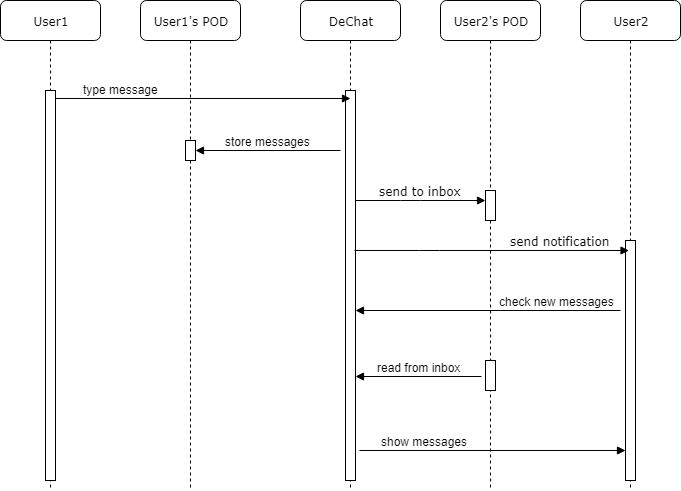
Before: a_docs/images/06_runtime_view.png, a diagram exported from draw.io (Arquisoft/dechat_en2a). Source tidied: cells renumbered, new cells last; positions are measured from the earlier drawing's top-left corner, leaving out a move shared by most shapes.
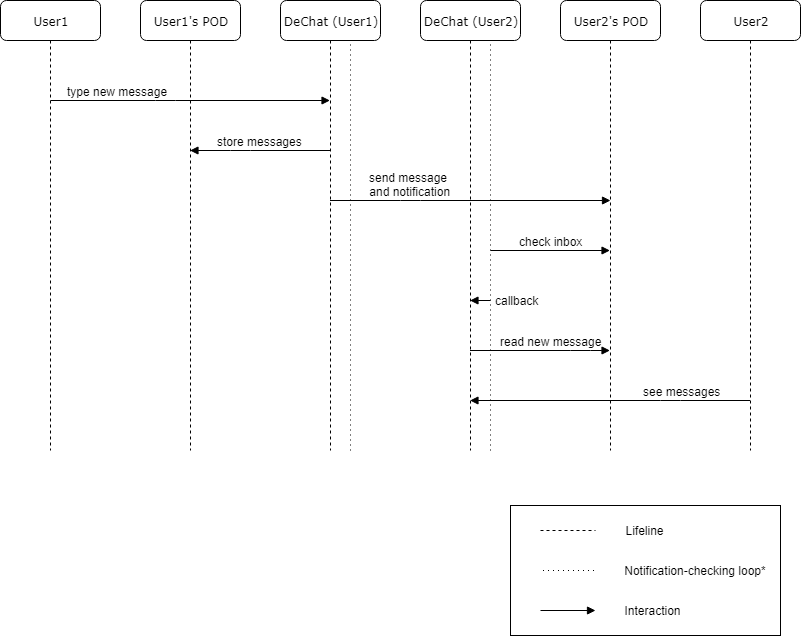
Above is the later version.

Commit message:
Runtime view fixed

The edit, as a diff of the source:
```diff
@@ -3,90 +3,125 @@
     <mxCell id="0" />
     <mxCell id="1" parent="0" />
     <mxCell id="2" value="User1's POD" style="shape=umlLifeline;perimeter=lifelinePerimeter;whiteSpace=wrap;html=1;outlineConnect=0;rounded=1;shadow=0;comic=0;labelBackgroundColor=none;strokeColor=#000000;strokeWidth=1;fillColor=#FFFFFF;fontFamily=Verdana;fontSize=12;fontColor=#000000;align=center;" parent="1" vertex="1">
-      <mxGeometry x="140" width="100" height="490" as="geometry" />
+      <mxGeometry x="140" width="100" height="450" as="geometry" />
     </mxCell>
-    <mxCell id="3" value="DeChat" style="shape=umlLifeline;perimeter=lifelinePerimeter;whiteSpace=wrap;html=1;outlineConnect=0;rounded=1;shadow=0;comic=0;labelBackgroundColor=none;strokeColor=#000000;strokeWidth=1;fillColor=#FFFFFF;fontFamily=Verdana;fontSize=12;fontColor=#000000;align=center;" parent="1" vertex="1">
-      <mxGeometry x="300" width="100" height="490" as="geometry" />
+    <mxCell id="3" value="DeChat (User1)" style="shape=umlLifeline;perimeter=lifelinePerimeter;whiteSpace=wrap;html=1;outlineConnect=0;rounded=1;shadow=0;comic=0;labelBackgroundColor=none;strokeColor=#000000;strokeWidth=1;fillColor=#FFFFFF;fontFamily=Verdana;fontSize=12;fontColor=#000000;align=center;" parent="1" vertex="1">
+      <mxGeometry x="280" width="100" height="450" as="geometry" />
     </mxCell>
-    <mxCell id="4" style="html=1;points=[];perimeter=orthogonalPerimeter;rounded=0;shadow=0;comic=0;labelBackgroundColor=none;strokeColor=#000000;strokeWidth=1;fillColor=#FFFFFF;fontFamily=Verdana;fontSize=12;fontColor=#000000;align=center;" parent="3" vertex="1">
-      <mxGeometry x="45" y="90" width="10" height="390" as="geometry" />
-    </mxCell>
     <mxCell id="5" value="User2's POD" style="shape=umlLifeline;perimeter=lifelinePerimeter;whiteSpace=wrap;html=1;outlineConnect=0;rounded=1;shadow=0;comic=0;labelBackgroundColor=none;strokeColor=#000000;strokeWidth=1;fillColor=#FFFFFF;fontFamily=Verdana;fontSize=12;fontColor=#000000;align=center;" parent="1" vertex="1">
-      <mxGeometry x="440" width="100" height="490" as="geometry" />
+      <mxGeometry x="560" width="100" height="450" as="geometry" />
     </mxCell>
-    <mxCell id="6" style="html=1;perimeter=orthogonalPerimeter;rounded=0;shadow=0;comic=0;labelBackgroundColor=none;strokeColor=#000000;strokeWidth=1;fillColor=#FFFFFF;fontFamily=Verdana;fontSize=12;fontColor=#000000;align=center;" parent="5" vertex="1">
-      <mxGeometry x="45" y="360" width="10" height="30" as="geometry" />
-    </mxCell>
     <mxCell id="7" value="User2" style="shape=umlLifeline;perimeter=lifelinePerimeter;whiteSpace=wrap;html=1;outlineConnect=0;rounded=1;shadow=0;comic=0;labelBackgroundColor=none;strokeColor=#000000;strokeWidth=1;fillColor=#FFFFFF;fontFamily=Verdana;fontSize=12;fontColor=#000000;align=center;" parent="1" vertex="1">
-      <mxGeometry x="580" width="100" height="490" as="geometry" />
+      <mxGeometry x="700" width="100" height="450" as="geometry" />
     </mxCell>
-    <mxCell id="8" style="html=1;perimeter=orthogonalPerimeter;rounded=0;shadow=0;comic=0;labelBackgroundColor=none;strokeColor=#000000;strokeWidth=1;fillColor=#FFFFFF;fontFamily=Verdana;fontSize=12;fontColor=#000000;align=center;" parent="7" vertex="1">
-      <mxGeometry x="45" y="240" width="10" height="240" as="geometry" />
-    </mxCell>
     <mxCell id="9" value="User1" style="shape=umlLifeline;perimeter=lifelinePerimeter;whiteSpace=wrap;html=1;rounded=1;shadow=0;comic=0;labelBackgroundColor=none;strokeColor=#000000;strokeWidth=1;fillColor=#FFFFFF;fontFamily=Verdana;fontSize=12;fontColor=#000000;align=center;" parent="1" vertex="1">
-      <mxGeometry width="100" height="490" as="geometry" />
+      <mxGeometry width="100" height="450" as="geometry" />
     </mxCell>
-    <mxCell id="10" style="html=1;points=[];perimeter=orthogonalPerimeter;rounded=0;shadow=0;comic=0;labelBackgroundColor=none;strokeColor=#000000;strokeWidth=1;fillColor=#FFFFFF;fontFamily=Verdana;fontSize=12;fontColor=#000000;align=center;" parent="9" vertex="1">
-      <mxGeometry x="45" y="90" width="10" height="390" as="geometry" />
-    </mxCell>
-    <mxCell id="11" style="html=1;points=[];perimeter=orthogonalPerimeter;rounded=0;shadow=0;comic=0;labelBackgroundColor=none;strokeColor=#000000;strokeWidth=1;fillColor=#FFFFFF;fontFamily=Verdana;fontSize=12;fontColor=#000000;align=center;" parent="1" vertex="1">
-      <mxGeometry x="485" y="190" width="10" height="30" as="geometry" />
-    </mxCell>
-    <mxCell id="12" value="send to inbox" style="html=1;verticalAlign=bottom;endArrow=block;labelBackgroundColor=none;fontFamily=Verdana;fontSize=12;edgeStyle=elbowEdgeStyle;elbow=vertical;" parent="1" edge="1" source="4" target="11">
-      <mxGeometry x="0.15" y="-10" relative="1" as="geometry">
+    <mxCell id="12" value="send message &lt;br&gt;and notification" style="html=1;verticalAlign=bottom;endArrow=block;labelBackgroundColor=none;fontFamily=Helvetica;fontSize=12;edgeStyle=elbowEdgeStyle;elbow=vertical;" parent="1" edge="1" source="3">
+      <mxGeometry x="-0.43" relative="1" as="geometry">
+        <mxPoint x="610" y="200" as="targetPoint" />
         <Array as="points">
           <mxPoint x="410" y="200" />
           <mxPoint x="430" y="190" />
           <mxPoint x="430" y="160" />
           <mxPoint x="360" y="140" />
         </Array>
-        <mxPoint x="-10" y="-10" as="offset" />
       </mxGeometry>
     </mxCell>
-    <mxCell id="13" style="html=1;verticalAlign=bottom;endArrow=block;labelBackgroundColor=none;fontFamily=Verdana;fontSize=12;edgeStyle=elbowEdgeStyle;elbow=vertical;entryX=0.5;entryY=0.02;entryDx=0;entryDy=0;entryPerimeter=0;" parent="1" edge="1" source="10" target="4">
-      <mxGeometry x="0.05" y="10" relative="1" as="geometry" />
+    <mxCell id="13" style="html=1;verticalAlign=bottom;endArrow=block;labelBackgroundColor=none;fontFamily=Verdana;fontSize=12;edgeStyle=elbowEdgeStyle;elbow=vertical;" parent="1" edge="1" target="3">
+      <mxGeometry x="0.05" y="10" relative="1" as="geometry">
+        <mxPoint x="50" y="100" as="sourcePoint" />
+        <Array as="points">
+          <mxPoint x="165" y="100" />
+        </Array>
+      </mxGeometry>
     </mxCell>
-    <mxCell id="14" value="type message" style="text;html=1;align=center;verticalAlign=middle;labelBackgroundColor=#ffffff;" parent="13" vertex="1">
+    <mxCell id="14" value="type new message&lt;br&gt;" style="text;html=1;align=center;verticalAlign=middle;labelBackgroundColor=#ffffff;" parent="13" vertex="1">
       <mxGeometry x="0.49" y="-5" relative="1" as="geometry">
-        <mxPoint x="-155" y="-15" as="offset" />
+        <mxPoint x="-142" y="-15" as="offset" />
       </mxGeometry>
     </mxCell>
-    <mxCell id="15" value="send notification" style="html=1;verticalAlign=bottom;endArrow=block;labelBackgroundColor=none;fontFamily=Verdana;fontSize=12;edgeStyle=elbowEdgeStyle;elbow=vertical;" parent="1" edge="1">
-      <mxGeometry x="0.49" relative="1" as="geometry">
-        <mxPoint x="354" y="250" as="sourcePoint" />
-        <mxPoint x="628.5" y="250" as="targetPoint" />
-        <Array as="points">
-          <mxPoint x="429" y="250" />
-          <mxPoint x="499" y="160" />
-          <mxPoint x="389" y="110" />
-        </Array>
-      </mxGeometry>
-    </mxCell>
-    <mxCell id="16" style="html=1;points=[];perimeter=orthogonalPerimeter;rounded=0;shadow=0;comic=0;labelBackgroundColor=none;strokeColor=#000000;strokeWidth=1;fillColor=#FFFFFF;fontFamily=Verdana;fontSize=12;fontColor=#000000;align=center;" parent="1" vertex="1">
-      <mxGeometry x="185" y="140" width="10" height="20" as="geometry" />
-    </mxCell>
-    <mxCell id="17" value="store messages" style="html=1;verticalAlign=bottom;endArrow=block;fontSize=12;endFill=1;" parent="1" edge="1" target="16">
+    <mxCell id="17" value="store messages" style="html=1;verticalAlign=bottom;endArrow=block;fontSize=12;endFill=1;" parent="1" edge="1" source="3" target="2">
       <mxGeometry relative="1" as="geometry">
-        <mxPoint x="340" y="150" as="sourcePoint" />
+        <Array as="points">
+          <mxPoint x="240" y="150" />
+        </Array>
       </mxGeometry>
     </mxCell>
-    <mxCell id="18" value="check new messages" style="html=1;verticalAlign=bottom;endArrow=block;fontSize=12;" parent="1" edge="1">
-      <mxGeometry x="-0.52" relative="1" as="geometry">
-        <mxPoint x="620" y="310" as="sourcePoint" />
-        <mxPoint x="355" y="310" as="targetPoint" />
+    <mxCell id="18" value="check inbox" style="html=1;verticalAlign=bottom;endArrow=block;fontSize=12;" parent="1" edge="1" target="5">
+      <mxGeometry relative="1" as="geometry">
+        <mxPoint x="490" y="250" as="sourcePoint" />
       </mxGeometry>
     </mxCell>
-    <mxCell id="19" value="read from inbox" style="html=1;verticalAlign=bottom;endArrow=block;fontSize=12;exitX=0.1;exitY=0.533;exitDx=0;exitDy=0;exitPerimeter=0;" parent="1" edge="1">
-      <mxGeometry relative="1" as="geometry">
-        <mxPoint x="481" y="376" as="sourcePoint" />
-        <mxPoint x="355" y="376" as="targetPoint" />
-      </mxGeometry>
-    </mxCell>
-    <mxCell id="20" value="show messages" style="html=1;verticalAlign=bottom;endArrow=block;fontSize=12;" parent="1" edge="1">
+    <mxCell id="20" value="see messages" style="html=1;verticalAlign=bottom;endArrow=block;fontSize=12;" parent="1" edge="1" source="7" target="21">
       <mxGeometry x="-0.51" relative="1" as="geometry">
-        <mxPoint x="359" y="450" as="sourcePoint" />
-        <mxPoint x="625" y="450" as="targetPoint" />
+        <Array as="points">
+          <mxPoint x="670" y="400" />
+        </Array>
       </mxGeometry>
     </mxCell>
+    <mxCell id="21" value="DeChat (User2)" style="shape=umlLifeline;perimeter=lifelinePerimeter;whiteSpace=wrap;html=1;outlineConnect=0;rounded=1;shadow=0;comic=0;labelBackgroundColor=none;strokeColor=#000000;strokeWidth=1;fillColor=#FFFFFF;fontFamily=Verdana;fontSize=12;fontColor=#000000;align=center;" parent="1" vertex="1">
+      <mxGeometry x="420" width="100" height="450" as="geometry" />
+    </mxCell>
+    <mxCell id="22" style="endArrow=none;dashed=1;html=1;entryX=0.7;entryY=0.086;entryDx=0;entryDy=0;entryPerimeter=0;dashPattern=1 4;" parent="1" edge="1">
+      <mxGeometry relative="1" as="geometry">
+        <mxPoint x="350" y="450" as="sourcePoint" />
+        <mxPoint x="350" y="41" as="targetPoint" />
+      </mxGeometry>
+    </mxCell>
+    <mxCell id="23" style="endArrow=none;html=1;entryX=0.7;entryY=0.086;entryDx=0;entryDy=0;entryPerimeter=0;dashed=1;dashPattern=1 4;" parent="1" edge="1">
+      <mxGeometry relative="1" as="geometry">
+        <mxPoint x="490" y="450" as="sourcePoint" />
+        <mxPoint x="490" y="40" as="targetPoint" />
+      </mxGeometry>
+    </mxCell>
+    <mxCell id="24" style="html=1;verticalAlign=bottom;endArrow=block;fontSize=12;" parent="1" edge="1" target="21">
+      <mxGeometry x="-0.51" relative="1" as="geometry">
+        <mxPoint x="490" y="300" as="sourcePoint" />
+      </mxGeometry>
+    </mxCell>
+    <mxCell id="25" value="callback" style="text;html=1;align=center;verticalAlign=middle;labelBackgroundColor=#ffffff;" parent="24" vertex="1">
+      <mxGeometry x="-0.59" y="-1" relative="1" as="geometry">
+        <mxPoint x="30" as="offset" />
+      </mxGeometry>
+    </mxCell>
+    <mxCell id="26" value="read new message" style="html=1;verticalAlign=bottom;endArrow=block;fontSize=12;" parent="1" edge="1" source="21" target="5">
+      <mxGeometry x="0.58" y="-30" relative="1" as="geometry">
+        <Array as="points">
+          <mxPoint x="580" y="350" />
+        </Array>
+        <mxPoint x="-30" y="-30" as="offset" />
+      </mxGeometry>
+    </mxCell>
+    <mxCell id="27" style="rounded=0;whiteSpace=wrap;html=1;fontFamily=Helvetica;" parent="1" vertex="1">
+      <mxGeometry x="510" y="505" width="270" height="130" as="geometry" />
+    </mxCell>
+    <mxCell id="28" style="endArrow=none;dashed=1;html=1;fontFamily=Helvetica;" parent="1" edge="1">
+      <mxGeometry relative="1" as="geometry">
+        <mxPoint x="540" y="530" as="sourcePoint" />
+        <mxPoint x="595" y="530" as="targetPoint" />
+      </mxGeometry>
+    </mxCell>
+    <mxCell id="29" value="Lifeline" style="text;html=1;strokeColor=none;fillColor=none;align=center;verticalAlign=middle;whiteSpace=wrap;rounded=0;fontFamily=Helvetica;" parent="1" vertex="1">
+      <mxGeometry x="624" y="520" width="40" height="20" as="geometry" />
+    </mxCell>
+    <mxCell id="30" style="endArrow=none;dashed=1;html=1;fontFamily=Helvetica;dashPattern=1 4;" parent="1" edge="1">
+      <mxGeometry relative="1" as="geometry">
+        <mxPoint x="542.5" y="570" as="sourcePoint" />
+        <mxPoint x="597.5" y="570" as="targetPoint" />
+      </mxGeometry>
+    </mxCell>
+    <mxCell id="31" value="Notification-checking loop*" style="text;html=1;strokeColor=none;fillColor=none;align=center;verticalAlign=middle;whiteSpace=wrap;rounded=0;fontFamily=Helvetica;" parent="1" vertex="1">
+      <mxGeometry x="620" y="560" width="150" height="20" as="geometry" />
+    </mxCell>
+    <mxCell id="32" style="endArrow=block;html=1;fontFamily=Helvetica;startArrow=none;startFill=0;endFill=1;" parent="1" edge="1">
+      <mxGeometry relative="1" as="geometry">
+        <mxPoint x="540" y="610" as="sourcePoint" />
+        <mxPoint x="595" y="610" as="targetPoint" />
+      </mxGeometry>
+    </mxCell>
+    <mxCell id="33" value="Interaction&lt;br&gt;" style="text;html=1;strokeColor=none;fillColor=none;align=center;verticalAlign=middle;whiteSpace=wrap;rounded=0;fontFamily=Helvetica;" parent="1" vertex="1">
+      <mxGeometry x="632" y="600" width="40" height="20" as="geometry" />
+    </mxCell>
   </root>
 </mxGraphModel>
```
